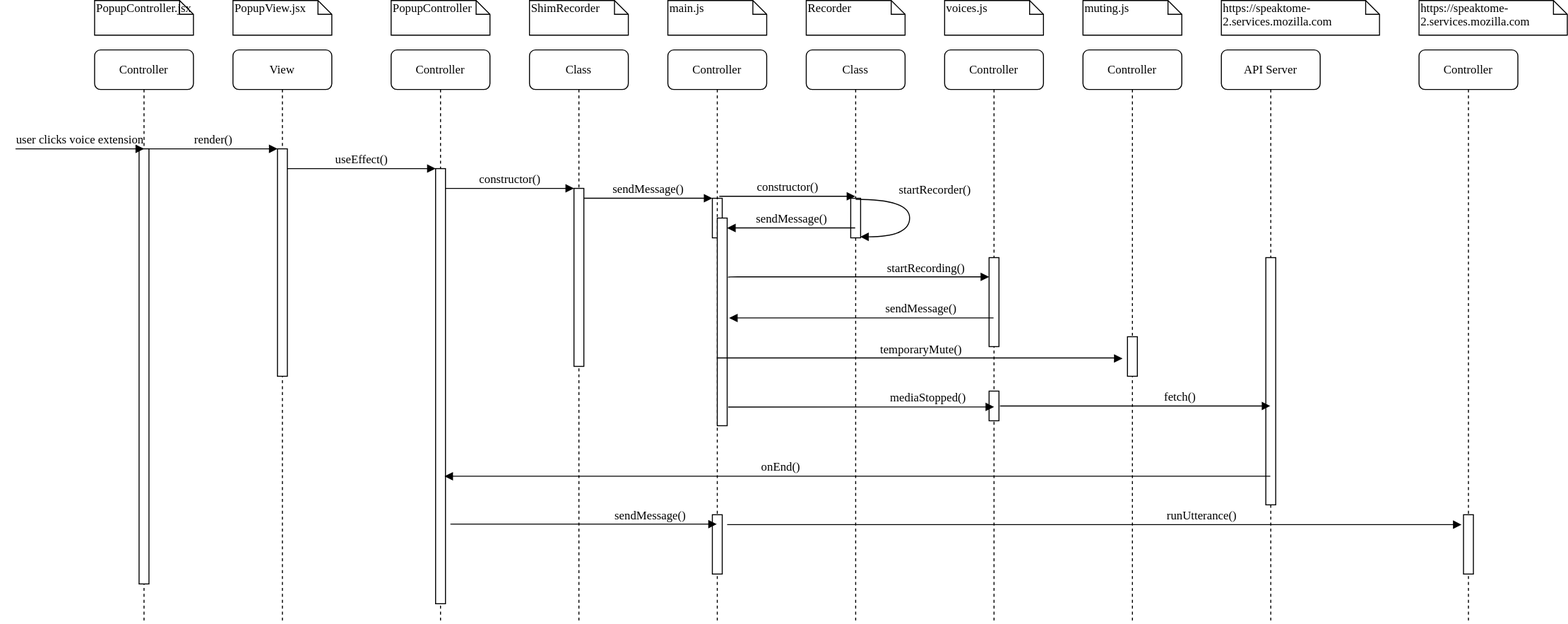
Above: images/upload/sequence.svg in paulZhongym/paulZhongym.github.io (draw.io), before the change. Source tidied: cells renumbered, new cells last; positions are measured from the earlier drawing's top-left corner, leaving out a move shared by most shapes. Its diagram source:
```xml
<mxGraphModel background="#ffffff">
  <root>
    <mxCell id="0" />
    <mxCell id="1" parent="0" />
    <mxCell id="2" style="html=1;points=[];perimeter=orthogonalPerimeter;rounded=0;shadow=0;comic=0;labelBackgroundColor=none;strokeWidth=1;fontFamily=Verdana;fontSize=12;align=center;" parent="1" vertex="1">
      <mxGeometry x="705" y="200" width="10" height="40" as="geometry" />
    </mxCell>
    <mxCell id="3" value="View" style="shape=umlLifeline;perimeter=lifelinePerimeter;whiteSpace=wrap;html=1;rounded=1;shadow=0;comic=0;labelBackgroundColor=none;strokeWidth=1;fontFamily=Verdana;fontSize=12;align=center;" parent="1" vertex="1">
      <mxGeometry x="220" y="50" width="100" height="580" as="geometry" />
    </mxCell>
    <mxCell id="4" style="html=1;points=[];perimeter=orthogonalPerimeter;rounded=0;shadow=0;comic=0;labelBackgroundColor=none;strokeWidth=1;fontFamily=Verdana;fontSize=12;align=center;" parent="3" vertex="1">
      <mxGeometry x="45" y="100" width="10" height="230" as="geometry" />
    </mxCell>
    <mxCell id="5" value="&lt;div&gt;Controller&lt;/div&gt;" style="shape=umlLifeline;perimeter=lifelinePerimeter;whiteSpace=wrap;html=1;rounded=1;shadow=0;comic=0;labelBackgroundColor=none;strokeWidth=1;fontFamily=Verdana;fontSize=12;align=center;" parent="1" vertex="1">
      <mxGeometry x="380" y="50" width="100" height="580" as="geometry" />
    </mxCell>
    <mxCell id="6" style="html=1;points=[];perimeter=orthogonalPerimeter;rounded=0;shadow=0;comic=0;labelBackgroundColor=none;strokeWidth=1;fontFamily=Verdana;fontSize=12;align=center;" parent="5" vertex="1">
      <mxGeometry x="45" y="120" width="10" height="440" as="geometry" />
    </mxCell>
    <mxCell id="7" value="Class" style="shape=umlLifeline;perimeter=lifelinePerimeter;whiteSpace=wrap;html=1;rounded=1;shadow=0;comic=0;labelBackgroundColor=none;strokeWidth=1;fontFamily=Verdana;fontSize=12;align=center;" parent="1" vertex="1">
      <mxGeometry x="520" y="50" width="100" height="580" as="geometry" />
    </mxCell>
    <mxCell id="8" value="Controller" style="shape=umlLifeline;perimeter=lifelinePerimeter;whiteSpace=wrap;html=1;outlineConnect=0;rounded=1;shadow=0;comic=0;labelBackgroundColor=none;strokeWidth=1;fontFamily=Verdana;fontSize=12;align=center;" parent="1" vertex="1">
      <mxGeometry x="660" y="50" width="100" height="580" as="geometry" />
    </mxCell>
    <mxCell id="9" style="html=1;points=[];perimeter=orthogonalPerimeter;rounded=0;shadow=0;comic=0;labelBackgroundColor=none;strokeWidth=1;fontFamily=Verdana;fontSize=12;align=center;" parent="8" vertex="1">
      <mxGeometry x="50" y="170" width="10" height="210" as="geometry" />
    </mxCell>
    <mxCell id="10" style="html=1;perimeter=orthogonalPerimeter;rounded=0;shadow=0;comic=0;labelBackgroundColor=none;strokeWidth=1;fontFamily=Verdana;fontSize=12;align=center;" parent="8" vertex="1">
      <mxGeometry x="45" y="470" width="10" height="60" as="geometry" />
    </mxCell>
    <mxCell id="11" value="Class" style="shape=umlLifeline;perimeter=lifelinePerimeter;whiteSpace=wrap;html=1;outlineConnect=0;rounded=1;shadow=0;comic=0;labelBackgroundColor=none;strokeWidth=1;fontFamily=Verdana;fontSize=12;align=center;" parent="1" vertex="1">
      <mxGeometry x="800" y="50" width="100" height="580" as="geometry" />
    </mxCell>
    <mxCell id="12" style="html=1;perimeter=orthogonalPerimeter;rounded=0;shadow=0;comic=0;labelBackgroundColor=none;strokeWidth=1;fontFamily=Verdana;fontSize=12;align=center;" parent="11" vertex="1">
      <mxGeometry x="45" y="150" width="10" height="40" as="geometry" />
    </mxCell>
    <mxCell id="13" value="&lt;div&gt;Controller&lt;/div&gt;" style="shape=umlLifeline;perimeter=lifelinePerimeter;whiteSpace=wrap;html=1;outlineConnect=0;rounded=1;shadow=0;comic=0;labelBackgroundColor=none;strokeWidth=1;fontFamily=Verdana;fontSize=12;align=center;" parent="1" vertex="1">
      <mxGeometry x="940" y="50" width="100" height="580" as="geometry" />
    </mxCell>
    <mxCell id="14" style="html=1;points=[];perimeter=orthogonalPerimeter;rounded=0;shadow=0;comic=0;labelBackgroundColor=none;strokeWidth=1;fontFamily=Verdana;fontSize=12;align=center;" parent="13" vertex="1">
      <mxGeometry x="45" y="210" width="10" height="90" as="geometry" />
    </mxCell>
    <mxCell id="15" style="html=1;points=[];perimeter=orthogonalPerimeter;rounded=0;shadow=0;comic=0;labelBackgroundColor=none;strokeColor=#000000;strokeWidth=1;fillColor=#FFFFFF;fontFamily=Verdana;fontSize=12;fontColor=#000000;align=center;" parent="13" vertex="1">
      <mxGeometry x="45" y="345" width="10" height="30" as="geometry" />
    </mxCell>
    <mxCell id="16" value="&lt;div&gt;Controller&lt;/div&gt;" style="shape=umlLifeline;perimeter=lifelinePerimeter;whiteSpace=wrap;html=1;rounded=1;shadow=0;comic=0;labelBackgroundColor=none;strokeWidth=1;fontFamily=Verdana;fontSize=12;align=center;" parent="1" vertex="1">
      <mxGeometry x="80" y="50" width="100" height="580" as="geometry" />
    </mxCell>
    <mxCell id="17" style="html=1;points=[];perimeter=orthogonalPerimeter;rounded=0;shadow=0;comic=0;labelBackgroundColor=none;strokeWidth=1;fontFamily=Verdana;fontSize=12;align=center;" parent="16" vertex="1">
      <mxGeometry x="45" y="100" width="10" height="440" as="geometry" />
    </mxCell>
    <mxCell id="18" style="html=1;points=[];perimeter=orthogonalPerimeter;rounded=0;shadow=0;comic=0;labelBackgroundColor=none;strokeWidth=1;fontFamily=Verdana;fontSize=12;align=center;" parent="1" vertex="1">
      <mxGeometry x="565" y="190" width="10" height="180" as="geometry" />
    </mxCell>
    <mxCell id="19" value="constructor()" style="html=1;verticalAlign=bottom;endArrow=block;labelBackgroundColor=none;fontFamily=Verdana;fontSize=12;edgeStyle=elbowEdgeStyle;elbow=vertical;" parent="1" edge="1" source="6" target="18">
      <mxGeometry relative="1" as="geometry">
        <Array as="points">
          <mxPoint x="440" y="190" />
        </Array>
      </mxGeometry>
    </mxCell>
    <mxCell id="20" value="sendMessage()" style="html=1;verticalAlign=bottom;endArrow=block;entryX=0;entryY=0;labelBackgroundColor=none;fontFamily=Verdana;fontSize=12;edgeStyle=elbowEdgeStyle;elbow=vertical;" parent="1" edge="1" source="18" target="2">
      <mxGeometry relative="1" as="geometry" />
    </mxCell>
    <mxCell id="21" value="&lt;div&gt;render()&lt;/div&gt;" style="html=1;verticalAlign=bottom;endArrow=block;entryX=0;entryY=0;labelBackgroundColor=none;fontFamily=Verdana;fontSize=12;edgeStyle=elbowEdgeStyle;elbow=vertical;" parent="1" edge="1" source="17" target="4">
      <mxGeometry relative="1" as="geometry" />
    </mxCell>
    <mxCell id="22" value="useEffect()" style="html=1;verticalAlign=bottom;endArrow=block;entryX=0;entryY=0;labelBackgroundColor=none;fontFamily=Verdana;fontSize=12;edgeStyle=elbowEdgeStyle;elbow=vertical;" parent="1" edge="1" source="4" target="6">
      <mxGeometry relative="1" as="geometry" />
    </mxCell>
    <mxCell id="23" value="&lt;div align=&quot;justify&quot;&gt;PopupController.jsx&lt;/div&gt;" style="shape=note;whiteSpace=wrap;html=1;size=14;verticalAlign=top;align=left;spacingTop=-6;rounded=0;shadow=0;comic=0;labelBackgroundColor=none;strokeWidth=1;fontFamily=Verdana;fontSize=12;" parent="1" vertex="1">
      <mxGeometry x="80" width="100" height="35" as="geometry" />
    </mxCell>
    <mxCell id="24" value="PopupView.jsx" style="shape=note;whiteSpace=wrap;html=1;size=14;verticalAlign=top;align=left;spacingTop=-6;rounded=0;shadow=0;comic=0;labelBackgroundColor=none;strokeWidth=1;fontFamily=Verdana;fontSize=12;" parent="1" vertex="1">
      <mxGeometry x="220" width="100" height="35" as="geometry" />
    </mxCell>
    <mxCell id="25" value="PopupController" style="shape=note;whiteSpace=wrap;html=1;size=14;verticalAlign=top;align=left;spacingTop=-6;rounded=0;shadow=0;comic=0;labelBackgroundColor=none;strokeWidth=1;fontFamily=Verdana;fontSize=12;" parent="1" vertex="1">
      <mxGeometry x="380" width="100" height="35" as="geometry" />
    </mxCell>
    <mxCell id="26" value="ShimRecorder" style="shape=note;whiteSpace=wrap;html=1;size=14;verticalAlign=top;align=left;spacingTop=-6;rounded=0;shadow=0;comic=0;labelBackgroundColor=none;strokeWidth=1;fontFamily=Verdana;fontSize=12;" parent="1" vertex="1">
      <mxGeometry x="520" width="100" height="35" as="geometry" />
    </mxCell>
    <mxCell id="27" value="main.js" style="shape=note;whiteSpace=wrap;html=1;size=14;verticalAlign=top;align=left;spacingTop=-6;rounded=0;shadow=0;comic=0;labelBackgroundColor=none;strokeWidth=1;fontFamily=Verdana;fontSize=12;" parent="1" vertex="1">
      <mxGeometry x="660" width="100" height="35" as="geometry" />
    </mxCell>
    <mxCell id="28" value="Recorder" style="shape=note;whiteSpace=wrap;html=1;size=14;verticalAlign=top;align=left;spacingTop=-6;rounded=0;shadow=0;comic=0;labelBackgroundColor=none;strokeWidth=1;fontFamily=Verdana;fontSize=12;" parent="1" vertex="1">
      <mxGeometry x="800" width="100" height="35" as="geometry" />
    </mxCell>
    <mxCell id="29" value="voices.js" style="shape=note;whiteSpace=wrap;html=1;size=14;verticalAlign=top;align=left;spacingTop=-6;rounded=0;shadow=0;comic=0;labelBackgroundColor=none;strokeWidth=1;fontFamily=Verdana;fontSize=12;" parent="1" vertex="1">
      <mxGeometry x="940" width="100" height="35" as="geometry" />
    </mxCell>
    <mxCell id="30" value="user clicks voice extension" style="html=1;verticalAlign=bottom;endArrow=block;entryX=0;entryY=0;labelBackgroundColor=none;fontFamily=Verdana;fontSize=12;edgeStyle=elbowEdgeStyle;elbow=vertical;" parent="1" edge="1">
      <mxGeometry relative="1" as="geometry">
        <mxPoint y="150" as="sourcePoint" />
        <mxPoint x="130" y="150" as="targetPoint" />
      </mxGeometry>
    </mxCell>
    <mxCell id="31" value="constructor()" style="html=1;verticalAlign=bottom;endArrow=block;labelBackgroundColor=none;fontFamily=Verdana;fontSize=12;edgeStyle=elbowEdgeStyle;elbow=vertical;exitX=0.7;exitY=-0.05;exitDx=0;exitDy=0;exitPerimeter=0;" parent="1" edge="1" source="2" target="11">
      <mxGeometry relative="1" as="geometry" />
    </mxCell>
    <mxCell id="32" value="startRecorder()" style="html=1;verticalAlign=bottom;endArrow=block;labelBackgroundColor=none;fontFamily=Verdana;fontSize=12;elbow=vertical;edgeStyle=orthogonalEdgeStyle;curved=1;entryX=1;entryY=0.286;entryPerimeter=0;exitX=1.038;exitY=0.345;exitPerimeter=0;" parent="1" edge="1">
      <mxGeometry x="-0.23" y="-25" relative="1" as="geometry">
        <mxPoint x="850" y="201" as="sourcePoint" />
        <mxPoint x="854.6" y="239" as="targetPoint" />
        <Array as="points">
          <mxPoint x="904.6" y="200.9" />
          <mxPoint x="904.6" y="238.9" />
        </Array>
        <mxPoint x="50" as="offset" />
      </mxGeometry>
    </mxCell>
    <mxCell id="33" value="&lt;div&gt;startRecording()&lt;/div&gt;" style="html=1;verticalAlign=bottom;endArrow=block;labelBackgroundColor=none;fontFamily=Verdana;fontSize=12;edgeStyle=elbowEdgeStyle;elbow=vertical;exitX=1.1;exitY=0.286;exitDx=0;exitDy=0;exitPerimeter=0;" parent="1" edge="1" source="9" target="14">
      <mxGeometry x="0.78" y="-35" relative="1" as="geometry">
        <Array as="points">
          <mxPoint x="945" y="279.5" />
        </Array>
        <mxPoint x="-35" y="-35" as="offset" />
      </mxGeometry>
    </mxCell>
    <mxCell id="34" value="sendMessage()" style="html=1;verticalAlign=bottom;endArrow=block;labelBackgroundColor=none;fontFamily=Verdana;fontSize=12;edgeStyle=elbowEdgeStyle;elbow=vertical;entryX=1.2;entryY=0.481;entryDx=0;entryDy=0;entryPerimeter=0;" parent="1" edge="1" source="13" target="9">
      <mxGeometry y="-60" relative="1" as="geometry">
        <mxPoint x="60" y="60" as="offset" />
      </mxGeometry>
    </mxCell>
    <mxCell id="35" value="&lt;div&gt;sendMessage()&lt;/div&gt;" style="html=1;verticalAlign=bottom;endArrow=block;labelBackgroundColor=none;fontFamily=Verdana;fontSize=12;edgeStyle=elbowEdgeStyle;elbow=vertical;entryX=1;entryY=0.048;entryDx=0;entryDy=0;entryPerimeter=0;" parent="1" edge="1" source="11" target="9">
      <mxGeometry relative="1" as="geometry">
        <Array as="points">
          <mxPoint x="770" y="230" />
        </Array>
      </mxGeometry>
    </mxCell>
    <mxCell id="36" value="muting.js" style="shape=note;whiteSpace=wrap;html=1;size=14;verticalAlign=top;align=left;spacingTop=-6;rounded=0;shadow=0;comic=0;labelBackgroundColor=none;strokeWidth=1;fontFamily=Verdana;fontSize=12;" parent="1" vertex="1">
      <mxGeometry x="1080" width="100" height="35" as="geometry" />
    </mxCell>
    <mxCell id="37" value="&lt;div&gt;Controller&lt;/div&gt;" style="shape=umlLifeline;perimeter=lifelinePerimeter;whiteSpace=wrap;html=1;rounded=1;shadow=0;comic=0;labelBackgroundColor=none;strokeWidth=1;fontFamily=Verdana;fontSize=12;align=center;" parent="1" vertex="1">
      <mxGeometry x="1080" y="50" width="100" height="580" as="geometry" />
    </mxCell>
    <mxCell id="38" style="html=1;perimeter=orthogonalPerimeter;rounded=0;shadow=0;comic=0;labelBackgroundColor=none;strokeWidth=1;fontFamily=Verdana;fontSize=12;align=center;" parent="37" vertex="1">
      <mxGeometry x="45" y="290" width="10" height="40" as="geometry" />
    </mxCell>
    <mxCell id="39" value="temporaryMute()" style="html=1;verticalAlign=bottom;endArrow=block;labelBackgroundColor=none;fontFamily=Verdana;fontSize=12;edgeStyle=elbowEdgeStyle;elbow=vertical;" parent="1" edge="1" source="8">
      <mxGeometry relative="1" as="geometry">
        <mxPoint x="1120" y="362" as="targetPoint" />
        <Array as="points">
          <mxPoint x="945" y="361.5" />
        </Array>
      </mxGeometry>
    </mxCell>
    <mxCell id="40" value="mediaStopped()" style="html=1;verticalAlign=bottom;endArrow=block;labelBackgroundColor=none;fontFamily=Verdana;fontSize=12;entryX=0.5;entryY=0.533;entryDx=0;entryDy=0;entryPerimeter=0;exitX=1.1;exitY=0.91;exitDx=0;exitDy=0;exitPerimeter=0;" parent="1" edge="1" source="9" target="15">
      <mxGeometry x="0.5" relative="1" as="geometry" />
    </mxCell>
    <mxCell id="41" value="https://speaktome-2.services.mozilla.com" style="shape=note;whiteSpace=wrap;html=1;size=14;verticalAlign=top;align=left;spacingTop=-6;rounded=0;shadow=0;comic=0;labelBackgroundColor=none;strokeWidth=1;fontFamily=Verdana;fontSize=12;" parent="1" vertex="1">
      <mxGeometry x="1220" width="160" height="35" as="geometry" />
    </mxCell>
    <mxCell id="42" value="API Server" style="shape=umlLifeline;perimeter=lifelinePerimeter;whiteSpace=wrap;html=1;outlineConnect=0;rounded=1;shadow=0;comic=0;labelBackgroundColor=none;strokeWidth=1;fontFamily=Verdana;fontSize=12;align=center;" parent="1" vertex="1">
      <mxGeometry x="1220" y="50" width="100" height="580" as="geometry" />
    </mxCell>
    <mxCell id="43" style="html=1;perimeter=orthogonalPerimeter;rounded=0;shadow=0;comic=0;labelBackgroundColor=none;strokeWidth=1;fontFamily=Verdana;fontSize=12;align=center;" parent="42" vertex="1">
      <mxGeometry x="45" y="210" width="10" height="250" as="geometry" />
    </mxCell>
    <mxCell id="44" value="fetch()" style="html=1;verticalAlign=bottom;endArrow=block;labelBackgroundColor=none;fontFamily=Verdana;fontSize=12;exitX=1.1;exitY=0.5;exitDx=0;exitDy=0;exitPerimeter=0;" parent="1" edge="1" source="15" target="42">
      <mxGeometry x="0.33" relative="1" as="geometry" />
    </mxCell>
    <mxCell id="45" value="onEnd()" style="html=1;verticalAlign=bottom;endArrow=block;labelBackgroundColor=none;fontFamily=Verdana;fontSize=12;entryX=0.9;entryY=0.707;entryDx=0;entryDy=0;entryPerimeter=0;" parent="1" edge="1" source="42" target="6">
      <mxGeometry x="0.19" relative="1" as="geometry" />
    </mxCell>
    <mxCell id="46" value="sendMessage()" style="html=1;verticalAlign=bottom;endArrow=block;labelBackgroundColor=none;fontFamily=Verdana;fontSize=12;" parent="1" edge="1" target="8">
      <mxGeometry x="0.5" relative="1" as="geometry">
        <mxPoint x="440" y="529.5" as="sourcePoint" />
      </mxGeometry>
    </mxCell>
    <mxCell id="47" value="https://speaktome-2.services.mozilla.com" style="shape=note;whiteSpace=wrap;html=1;size=14;verticalAlign=top;align=left;spacingTop=-6;rounded=0;shadow=0;comic=0;labelBackgroundColor=none;strokeWidth=1;fontFamily=Verdana;fontSize=12;" parent="1" vertex="1">
      <mxGeometry x="1420" width="150" height="35" as="geometry" />
    </mxCell>
    <mxCell id="48" value="Controller" style="shape=umlLifeline;perimeter=lifelinePerimeter;whiteSpace=wrap;html=1;rounded=1;shadow=0;comic=0;labelBackgroundColor=none;strokeWidth=1;fontFamily=Verdana;fontSize=12;align=center;" parent="1" vertex="1">
      <mxGeometry x="1420" y="50" width="100" height="580" as="geometry" />
    </mxCell>
    <mxCell id="49" style="html=1;points=[];perimeter=orthogonalPerimeter;rounded=0;shadow=0;comic=0;labelBackgroundColor=none;strokeWidth=1;fontFamily=Verdana;fontSize=12;align=center;" parent="48" vertex="1">
      <mxGeometry x="45" y="470" width="10" height="60" as="geometry" />
    </mxCell>
    <mxCell id="50" value="runUtterance()" style="html=1;verticalAlign=bottom;endArrow=block;labelBackgroundColor=none;fontFamily=Verdana;fontSize=12;entryX=-0.2;entryY=0.167;entryDx=0;entryDy=0;entryPerimeter=0;" parent="1" edge="1" target="49">
      <mxGeometry x="0.29" relative="1" as="geometry">
        <mxPoint x="720" y="530" as="sourcePoint" />
      </mxGeometry>
    </mxCell>
  </root>
</mxGraphModel>
```
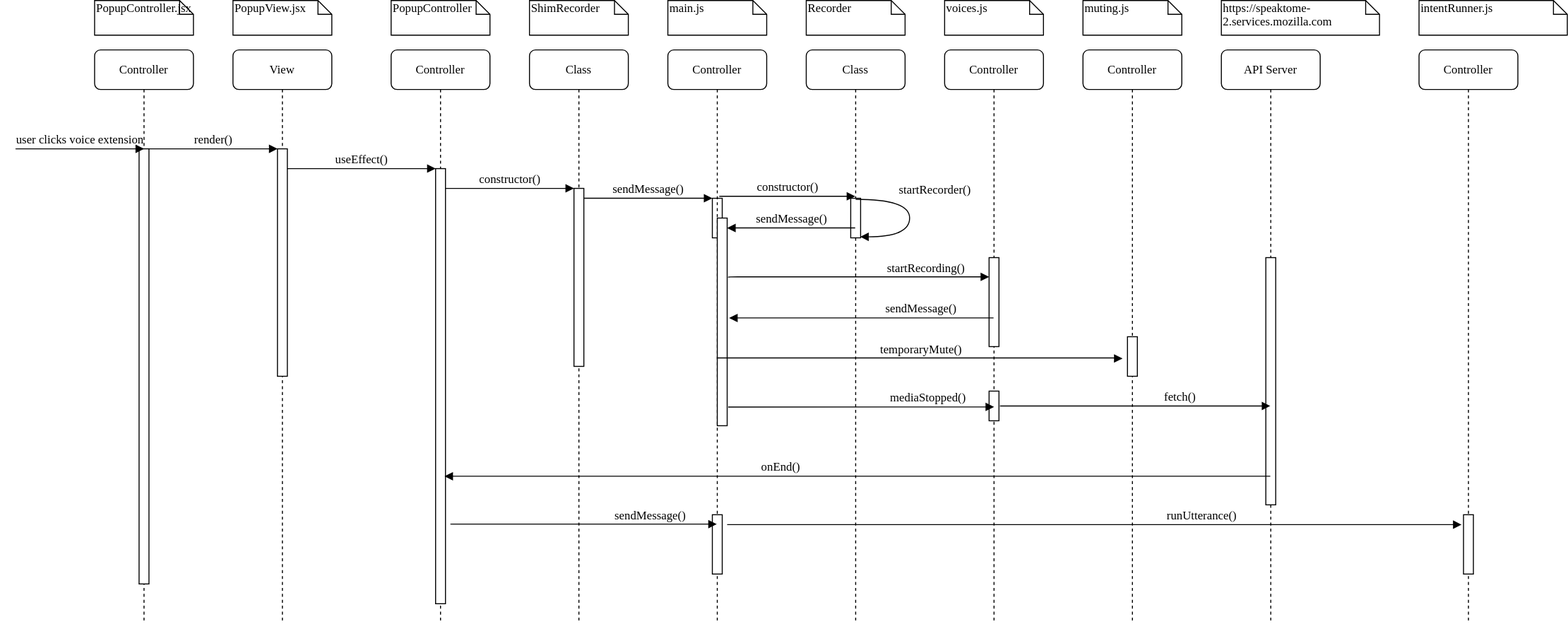
Later version of the same file.

The edit, as a diff of the source:
```diff
@@ -170,7 +170,7 @@
         <mxPoint x="440" y="529.5" as="sourcePoint" />
       </mxGeometry>
     </mxCell>
-    <mxCell id="47" value="https://speaktome-2.services.mozilla.com" style="shape=note;whiteSpace=wrap;html=1;size=14;verticalAlign=top;align=left;spacingTop=-6;rounded=0;shadow=0;comic=0;labelBackgroundColor=none;strokeWidth=1;fontFamily=Verdana;fontSize=12;" parent="1" vertex="1">
+    <mxCell id="47" value="intentRunner.js" style="shape=note;whiteSpace=wrap;html=1;size=14;verticalAlign=top;align=left;spacingTop=-6;rounded=0;shadow=0;comic=0;labelBackgroundColor=none;strokeWidth=1;fontFamily=Verdana;fontSize=12;" parent="1" vertex="1">
       <mxGeometry x="1420" width="150" height="35" as="geometry" />
     </mxCell>
     <mxCell id="48" value="Controller" style="shape=umlLifeline;perimeter=lifelinePerimeter;whiteSpace=wrap;html=1;rounded=1;shadow=0;comic=0;labelBackgroundColor=none;strokeWidth=1;fontFamily=Verdana;fontSize=12;align=center;" parent="1" vertex="1">
```
